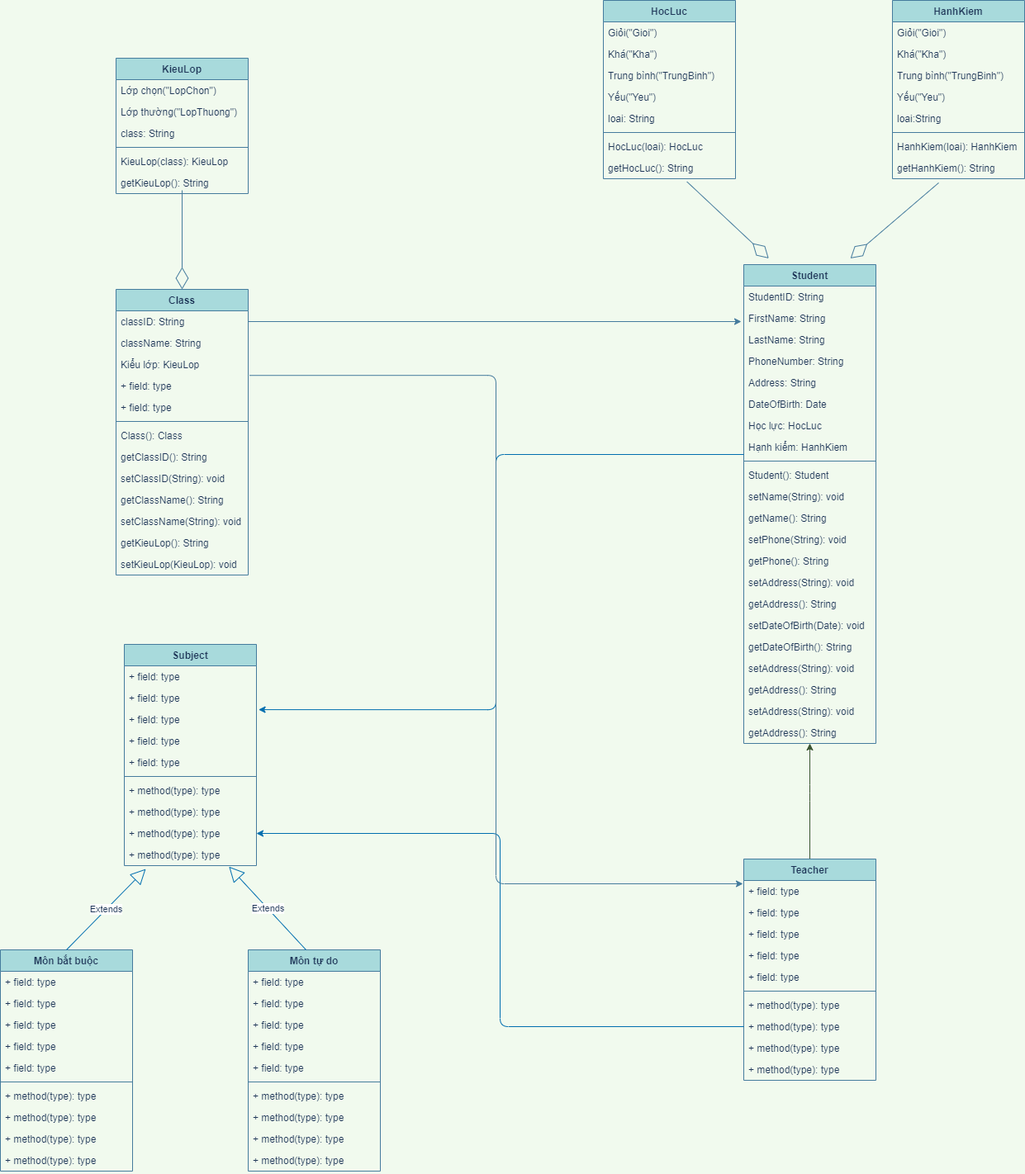
minhan1410/minhan1410.github.io keeps this draw.io diagram as JavaCore/LT/Buoi7/Student.drawio.png. Above is the earlier version. Source tidied: cells renumbered, new cells last; positions are measured from the earlier drawing's top-left corner, leaving out a move shared by most shapes.
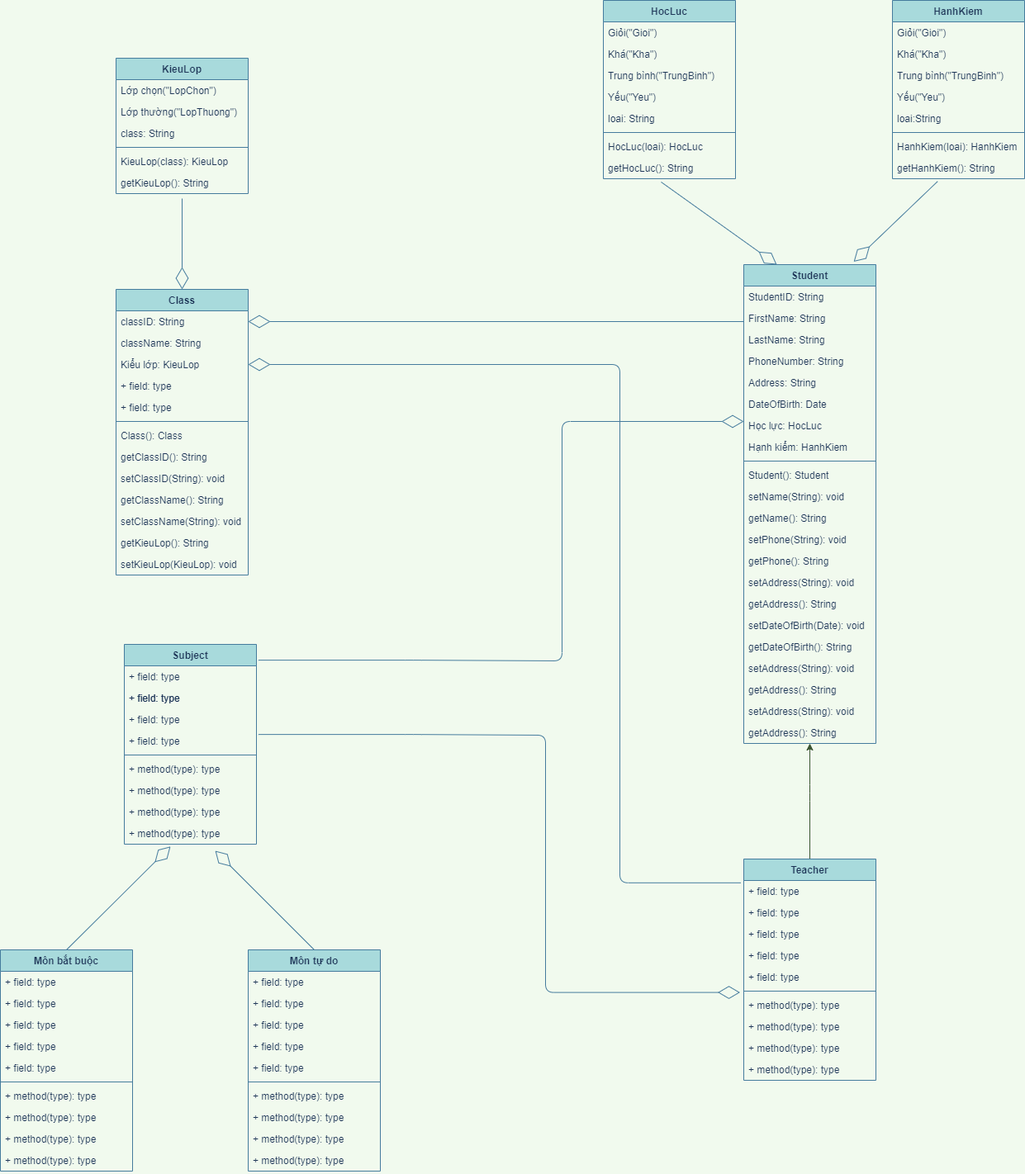
The same file after the commit.

Commit message:
Lộ trình JavaWeb

Diff of the diagram source:
```diff
@@ -86,37 +86,34 @@
       <mxGeometry y="242" width="160" height="26" as="geometry" />
     </mxCell>
     <mxCell id="28" value="Subject&#10;" style="swimlane;fontStyle=1;align=center;verticalAlign=top;horizontal=1;startSize=26;fillColor=#A8DADC;strokeColor=#457B9D;fontColor=#1D3557;" parent="1" vertex="1">
-      <mxGeometry x="150" y="780" width="160" height="268" as="geometry" />
+      <mxGeometry x="150" y="780" width="160" height="242" as="geometry" />
     </mxCell>
     <mxCell id="29" value="+ field: type" style="text;strokeColor=none;fillColor=none;align=left;verticalAlign=top;spacingLeft=4;spacingRight=4;overflow=hidden;fontColor=#1D3557;" parent="28" vertex="1">
       <mxGeometry y="26" width="160" height="26" as="geometry" />
     </mxCell>
-    <mxCell id="30" value="+ field: type" style="text;strokeColor=none;fillColor=none;align=left;verticalAlign=top;spacingLeft=4;spacingRight=4;overflow=hidden;points=[[0,0.5],[1,0.5]];portConstraint=eastwest;fontColor=#1D3557;" parent="28" vertex="1">
-      <mxGeometry y="52" width="160" height="26" as="geometry" />
-    </mxCell>
     <mxCell id="31" value="+ field: type" style="text;strokeColor=none;fillColor=none;align=left;verticalAlign=top;spacingLeft=4;spacingRight=4;overflow=hidden;fontColor=#1D3557;" parent="28" vertex="1">
-      <mxGeometry y="78" width="160" height="26" as="geometry" />
+      <mxGeometry y="52" width="160" height="26" as="geometry" />
     </mxCell>
     <mxCell id="32" value="+ field: type" style="text;strokeColor=none;fillColor=none;align=left;verticalAlign=top;spacingLeft=4;spacingRight=4;overflow=hidden;fontColor=#1D3557;" parent="28" vertex="1">
-      <mxGeometry y="104" width="160" height="26" as="geometry" />
+      <mxGeometry y="78" width="160" height="26" as="geometry" />
     </mxCell>
     <mxCell id="33" value="+ field: type" style="text;strokeColor=none;fillColor=none;align=left;verticalAlign=top;spacingLeft=4;spacingRight=4;overflow=hidden;fontColor=#1D3557;" parent="28" vertex="1">
-      <mxGeometry y="130" width="160" height="26" as="geometry" />
+      <mxGeometry y="104" width="160" height="26" as="geometry" />
     </mxCell>
     <mxCell id="34" style="line;strokeWidth=1;fillColor=none;align=left;verticalAlign=middle;spacingTop=-1;spacingLeft=3;spacingRight=3;labelPosition=right;labelBackgroundColor=#F1FAEE;strokeColor=#457B9D;fontColor=#1D3557;" parent="28" vertex="1">
-      <mxGeometry y="156" width="160" height="8" as="geometry" />
+      <mxGeometry y="130" width="160" height="8" as="geometry" />
     </mxCell>
     <mxCell id="35" value="+ method(type): type" style="text;strokeColor=none;fillColor=none;align=left;verticalAlign=top;spacingLeft=4;spacingRight=4;overflow=hidden;fontColor=#1D3557;" parent="28" vertex="1">
-      <mxGeometry y="164" width="160" height="26" as="geometry" />
+      <mxGeometry y="138" width="160" height="26" as="geometry" />
     </mxCell>
     <mxCell id="36" value="+ method(type): type" style="text;strokeColor=none;fillColor=none;align=left;verticalAlign=top;spacingLeft=4;spacingRight=4;overflow=hidden;fontColor=#1D3557;" parent="28" vertex="1">
-      <mxGeometry y="190" width="160" height="26" as="geometry" />
+      <mxGeometry y="164" width="160" height="26" as="geometry" />
     </mxCell>
     <mxCell id="37" value="+ method(type): type" style="text;strokeColor=none;fillColor=none;align=left;verticalAlign=top;spacingLeft=4;spacingRight=4;overflow=hidden;points=[[0,0.5],[1,0.5]];portConstraint=eastwest;fontColor=#1D3557;" parent="28" vertex="1">
-      <mxGeometry y="216" width="160" height="26" as="geometry" />
+      <mxGeometry y="190" width="160" height="26" as="geometry" />
     </mxCell>
     <mxCell id="38" value="+ method(type): type" style="text;strokeColor=none;fillColor=none;align=left;verticalAlign=top;spacingLeft=4;spacingRight=4;overflow=hidden;points=[[0,0.5],[1,0.5]];portConstraint=eastwest;fontColor=#1D3557;" parent="28" vertex="1">
-      <mxGeometry y="242" width="160" height="26" as="geometry" />
+      <mxGeometry y="216" width="160" height="26" as="geometry" />
     </mxCell>
     <mxCell id="39" value="Student&#10;" style="swimlane;fontStyle=1;align=center;verticalAlign=top;horizontal=1;startSize=26;fillColor=#A8DADC;strokeColor=#457B9D;fontColor=#1D3557;" parent="1" vertex="1">
       <mxGeometry x="900" y="320" width="160" height="580" as="geometry" />
@@ -187,37 +184,9 @@
     <mxCell id="61" value="getAddress(): String" style="text;strokeColor=none;fillColor=none;align=left;verticalAlign=top;spacingLeft=4;spacingRight=4;overflow=hidden;fontColor=#1D3557;" parent="39" vertex="1">
       <mxGeometry y="554" width="160" height="26" as="geometry" />
     </mxCell>
-    <mxCell id="62" style="edgeStyle=orthogonalEdgeStyle;curved=0;rounded=1;sketch=0;jettySize=auto;html=1;entryX=1.016;entryY=1.041;entryDx=0;entryDy=0;entryPerimeter=0;strokeColor=#006EAF;fillColor=#1ba1e2;fontColor=#1D3557;" parent="1" edge="1" target="30">
-      <mxGeometry relative="1" as="geometry">
-        <mxPoint x="900" y="550" as="sourcePoint" />
-        <Array as="points">
-          <mxPoint x="900" y="550" />
-          <mxPoint x="600" y="550" />
-          <mxPoint x="600" y="859" />
-        </Array>
-      </mxGeometry>
-    </mxCell>
-    <mxCell id="63" style="edgeStyle=orthogonalEdgeStyle;curved=0;rounded=1;sketch=0;jettySize=auto;html=1;exitX=0;exitY=0.5;exitDx=0;exitDy=0;strokeColor=#006EAF;fillColor=#1ba1e2;fontColor=#1D3557;entryX=1;entryY=0.5;entryDx=0;entryDy=0;" parent="1" edge="1" source="25" target="37">
-      <mxGeometry relative="1" as="geometry" />
-    </mxCell>
-    <mxCell id="64" style="edgeStyle=orthogonalEdgeStyle;curved=0;rounded=1;sketch=0;jettySize=auto;html=1;exitX=1.01;exitY=0.009;exitDx=0;exitDy=0;strokeColor=#457B9D;fillColor=#A8DADC;fontColor=#1D3557;exitPerimeter=0;" parent="1" edge="1" source="6">
-      <mxGeometry relative="1" as="geometry">
-        <mxPoint x="899" y="1070" as="targetPoint" />
-        <Array as="points">
-          <mxPoint x="600" y="454" />
-          <mxPoint x="600" y="1070" />
-          <mxPoint x="899" y="1070" />
-        </Array>
-      </mxGeometry>
-    </mxCell>
     <mxCell id="65" value="Môn tự do" style="swimlane;fontStyle=1;align=center;verticalAlign=top;horizontal=1;startSize=26;fillColor=#A8DADC;strokeColor=#457B9D;fontColor=#1D3557;" parent="1" vertex="1">
       <mxGeometry x="300" y="1150" width="160" height="268" as="geometry" />
     </mxCell>
-    <mxCell id="66" value="Extends" style="endArrow=block;endSize=16;endFill=0;html=1;strokeColor=#006EAF;fillColor=#1ba1e2;fontColor=#1D3557;entryX=0.792;entryY=1.045;entryDx=0;entryDy=0;entryPerimeter=0;labelBackgroundColor=#FFFFFF;" parent="65" edge="1" target="38">
-      <mxGeometry relative="1" as="geometry">
-        <mxPoint x="70" as="sourcePoint" />
-      </mxGeometry>
-    </mxCell>
     <mxCell id="67" value="+ field: type" style="text;strokeColor=none;fillColor=none;align=left;verticalAlign=top;spacingLeft=4;spacingRight=4;overflow=hidden;fontColor=#1D3557;" parent="65" vertex="1">
       <mxGeometry y="26" width="160" height="26" as="geometry" />
     </mxCell>
@@ -281,11 +250,6 @@
     <mxCell id="87" value="+ method(type): type" style="text;strokeColor=none;fillColor=none;align=left;verticalAlign=top;spacingLeft=4;spacingRight=4;overflow=hidden;fontColor=#1D3557;" parent="77" vertex="1">
       <mxGeometry y="242" width="160" height="26" as="geometry" />
     </mxCell>
-    <mxCell id="88" value="Extends" style="endArrow=block;endSize=16;endFill=0;html=1;labelBackgroundColor=#FFFFFF;strokeColor=#006EAF;fillColor=#1ba1e2;fontColor=#1D3557;exitX=0.5;exitY=0;exitDx=0;exitDy=0;" parent="1" edge="1" source="77">
-      <mxGeometry relative="1" as="geometry">
-        <mxPoint x="176" y="1052" as="targetPoint" />
-      </mxGeometry>
-    </mxCell>
     <mxCell id="89" value="KieuLop" style="swimlane;fontStyle=1;align=center;verticalAlign=top;horizontal=1;startSize=26;fillColor=#A8DADC;strokeColor=#457B9D;fontColor=#1D3557;" parent="1" vertex="1">
       <mxGeometry x="140" y="70" width="160" height="164" as="geometry" />
     </mxCell>
@@ -307,11 +271,6 @@
     <mxCell id="95" value="getKieuLop(): String" style="text;strokeColor=none;fillColor=none;align=left;verticalAlign=top;spacingLeft=4;spacingRight=4;overflow=hidden;points=[[0,0.5],[1,0.5]];portConstraint=eastwest;fontColor=#1D3557;" parent="89" vertex="1">
       <mxGeometry y="138" width="160" height="26" as="geometry" />
     </mxCell>
-    <mxCell id="96" style="rounded=1;sketch=0;jettySize=auto;html=1;exitX=1;exitY=0.5;exitDx=0;exitDy=0;labelBackgroundColor=#FFFFFF;strokeColor=#457B9D;fillColor=#A8DADC;fontColor=#1D3557;startArrow=none;startFill=0;" parent="1" edge="1" source="3">
-      <mxGeometry relative="1" as="geometry">
-        <mxPoint x="897" y="389" as="targetPoint" />
-      </mxGeometry>
-    </mxCell>
     <mxCell id="97" value="HocLuc" style="swimlane;fontStyle=1;align=center;verticalAlign=top;horizontal=1;startSize=26;fillColor=#A8DADC;strokeColor=#457B9D;fontColor=#1D3557;" parent="1" vertex="1">
       <mxGeometry x="730" width="160" height="216" as="geometry" />
     </mxCell>
@@ -339,13 +298,15 @@
     <mxCell id="105" value="getHocLuc(): String" style="text;strokeColor=none;fillColor=none;align=left;verticalAlign=top;spacingLeft=4;spacingRight=4;overflow=hidden;points=[[0,0.5],[1,0.5]];portConstraint=eastwest;fontColor=#1D3557;" parent="97" vertex="1">
       <mxGeometry y="190" width="160" height="26" as="geometry" />
     </mxCell>
-    <mxCell id="106" style="endArrow=diamondThin;endFill=0;endSize=24;html=1;labelBackgroundColor=#FFFFFF;strokeColor=#457B9D;fillColor=#A8DADC;fontColor=#1D3557;entryX=0.189;entryY=-0.013;entryDx=0;entryDy=0;entryPerimeter=0;exitX=0.633;exitY=1.14;exitDx=0;exitDy=0;exitPerimeter=0;" parent="1" edge="1" source="105" target="39">
-      <mxGeometry relative="1" as="geometry" />
+    <mxCell id="106" style="endArrow=diamondThin;endFill=0;endSize=24;html=1;labelBackgroundColor=#FFFFFF;strokeColor=#457B9D;fillColor=#A8DADC;fontColor=#1D3557;entryX=0.25;entryY=0;entryDx=0;entryDy=0;" parent="1" edge="1" target="39">
+      <mxGeometry relative="1" as="geometry">
+        <mxPoint x="800" y="220" as="sourcePoint" />
+      </mxGeometry>
     </mxCell>
-    <mxCell id="107" style="endArrow=diamondThin;endFill=0;endSize=24;html=1;labelBackgroundColor=#FFFFFF;strokeColor=#457B9D;fillColor=#A8DADC;fontColor=#1D3557;entryX=0.807;entryY=-0.013;entryDx=0;entryDy=0;entryPerimeter=0;exitX=0.35;exitY=1.19;exitDx=0;exitDy=0;exitPerimeter=0;" parent="1" edge="1" source="117" target="39">
+    <mxCell id="107" style="endArrow=diamondThin;endFill=0;endSize=24;html=1;labelBackgroundColor=#FFFFFF;strokeColor=#457B9D;fillColor=#A8DADC;fontColor=#1D3557;exitX=0.342;exitY=1.123;exitDx=0;exitDy=0;exitPerimeter=0;entryX=0.832;entryY=-0.006;entryDx=0;entryDy=0;entryPerimeter=0;" parent="1" edge="1" source="117" target="39">
       <mxGeometry relative="1" as="geometry" />
     </mxCell>
-    <mxCell id="108" style="endArrow=diamondThin;endFill=0;endSize=24;html=1;labelBackgroundColor=#FFFFFF;strokeColor=#457B9D;fillColor=#A8DADC;fontColor=#1D3557;entryX=0.5;entryY=0;entryDx=0;entryDy=0;exitX=0.5;exitY=0.846;exitDx=0;exitDy=0;exitPerimeter=0;" parent="1" edge="1" source="95" target="2">
+    <mxCell id="108" style="endArrow=diamondThin;endFill=0;endSize=24;html=1;labelBackgroundColor=#FFFFFF;strokeColor=#457B9D;fillColor=#A8DADC;fontColor=#1D3557;entryX=0.5;entryY=0;entryDx=0;entryDy=0;exitX=0.5;exitY=1.231;exitDx=0;exitDy=0;exitPerimeter=0;" parent="1" edge="1" source="95" target="2">
       <mxGeometry relative="1" as="geometry" />
     </mxCell>
     <mxCell id="109" value="HanhKiem" style="swimlane;fontStyle=1;align=center;verticalAlign=top;horizontal=1;startSize=26;fillColor=#A8DADC;strokeColor=#457B9D;fontColor=#1D3557;" parent="1" vertex="1">
@@ -375,5 +336,49 @@
     <mxCell id="117" value="getHanhKiem(): String" style="text;strokeColor=none;fillColor=none;align=left;verticalAlign=top;spacingLeft=4;spacingRight=4;overflow=hidden;points=[[0,0.5],[1,0.5]];portConstraint=eastwest;fontColor=#1D3557;" parent="109" vertex="1">
       <mxGeometry y="190" width="160" height="26" as="geometry" />
     </mxCell>
+    <mxCell id="118" style="endArrow=diamondThin;endFill=0;endSize=24;html=1;shadow=0;strokeWidth=1;entryX=1;entryY=0.5;entryDx=0;entryDy=0;strokeColor=#457B9D;" parent="1" edge="1" target="3">
+      <mxGeometry relative="1" as="geometry">
+        <mxPoint x="900" y="389" as="sourcePoint" />
+      </mxGeometry>
+    </mxCell>
+    <mxCell id="119" style="endArrow=diamondThin;endFill=0;endSize=24;html=1;shadow=0;strokeColor=#457B9D;strokeWidth=1;entryX=1;entryY=0.5;entryDx=0;entryDy=0;edgeStyle=elbowEdgeStyle;exitX=-0.022;exitY=0.108;exitDx=0;exitDy=0;exitPerimeter=0;" parent="1" edge="1" source="18" target="5">
+      <mxGeometry relative="1" as="geometry">
+        <Array as="points">
+          <mxPoint x="750" y="780" />
+          <mxPoint x="700" y="450" />
+        </Array>
+      </mxGeometry>
+    </mxCell>
+    <mxCell id="120" style="endArrow=diamondThin;endFill=0;endSize=24;html=1;shadow=0;strokeColor=#457B9D;strokeWidth=1;edgeStyle=orthogonalEdgeStyle;exitX=1.015;exitY=0.079;exitDx=0;exitDy=0;exitPerimeter=0;" parent="1" edge="1" source="28">
+      <mxGeometry relative="1" as="geometry">
+        <mxPoint x="900" y="510" as="targetPoint" />
+        <Array as="points">
+          <mxPoint x="500" y="799" />
+          <mxPoint x="680" y="800" />
+          <mxPoint x="680" y="510" />
+        </Array>
+      </mxGeometry>
+    </mxCell>
+    <mxCell id="30" value="+ field: type" style="text;strokeColor=none;fillColor=none;align=left;verticalAlign=top;spacingLeft=4;spacingRight=4;overflow=hidden;points=[[0,0.5],[1,0.5]];portConstraint=eastwest;fontColor=#1D3557;" parent="1" vertex="1">
+      <mxGeometry x="150" y="832" width="160" height="26" as="geometry" />
+    </mxCell>
+    <mxCell id="121" style="endArrow=diamondThin;endFill=0;endSize=24;html=1;shadow=0;strokeColor=#457B9D;strokeWidth=1;edgeStyle=orthogonalEdgeStyle;exitX=1.015;exitY=0.079;exitDx=0;exitDy=0;exitPerimeter=0;entryX=-0.028;entryY=1.215;entryDx=0;entryDy=0;entryPerimeter=0;" parent="1" edge="1" target="22">
+      <mxGeometry relative="1" as="geometry">
+        <mxPoint x="312.4" y="889.1" as="sourcePoint" />
+        <Array as="points">
+          <mxPoint x="500" y="889" />
+          <mxPoint x="660" y="890" />
+          <mxPoint x="660" y="1202" />
+        </Array>
+      </mxGeometry>
+    </mxCell>
+    <mxCell id="122" style="endArrow=diamondThin;endFill=0;endSize=24;html=1;shadow=0;strokeColor=#457B9D;strokeWidth=1;entryX=0.35;entryY=1.108;entryDx=0;entryDy=0;entryPerimeter=0;exitX=0.5;exitY=0;exitDx=0;exitDy=0;" parent="1" edge="1" source="77" target="38">
+      <mxGeometry relative="1" as="geometry" />
+    </mxCell>
+    <mxCell id="123" style="endArrow=diamondThin;endFill=0;endSize=24;html=1;shadow=0;strokeColor=#457B9D;strokeWidth=1;exitX=0.5;exitY=0;exitDx=0;exitDy=0;" parent="1" edge="1" source="65">
+      <mxGeometry relative="1" as="geometry">
+        <mxPoint x="260" y="1030" as="targetPoint" />
+      </mxGeometry>
+    </mxCell>
   </root>
 </mxGraphModel>
```
